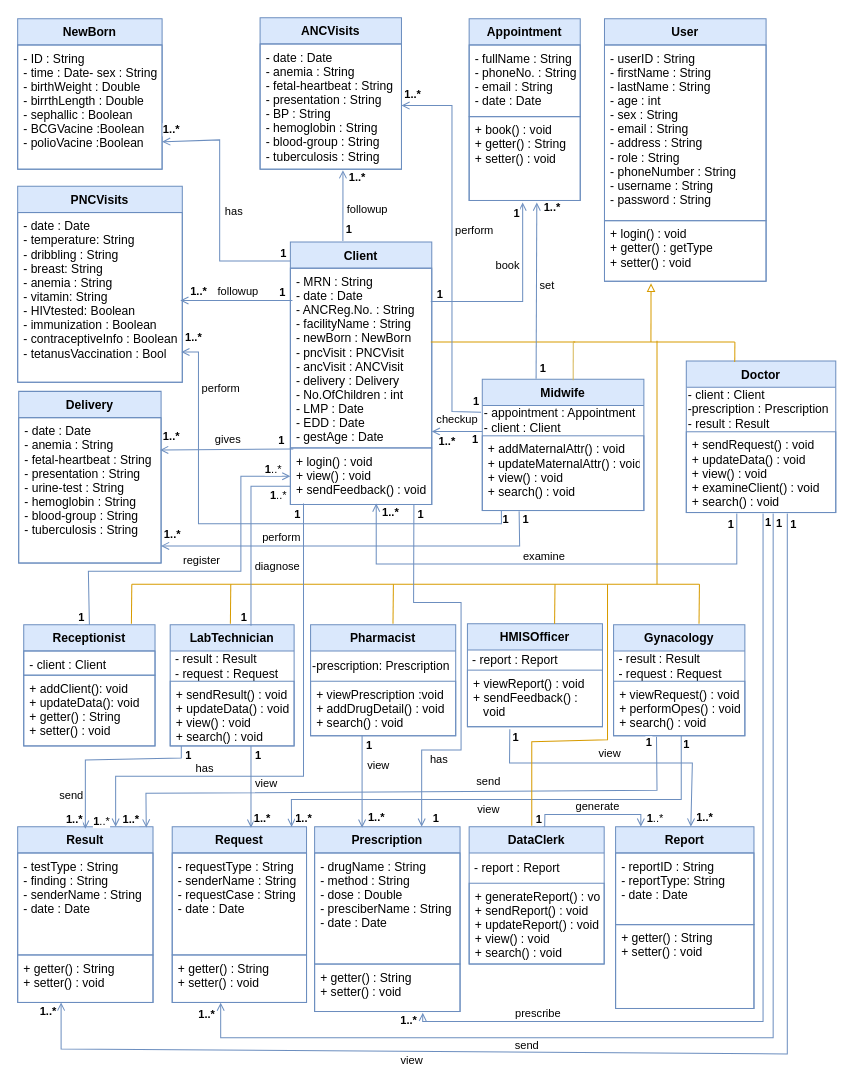
fasil712/UML_Diagram_Design keeps this draw.io diagram as Detailed Class Diagram.drawio. Above is the earlier version. Source tidied: cells renumbered, new cells numbered last; positions are measured from the earlier drawing's top-left corner, leaving out a move shared by most shapes. Both pictures are drawn from the tidied source at 101%, with x=0, y=0 at pixel (17, 17).
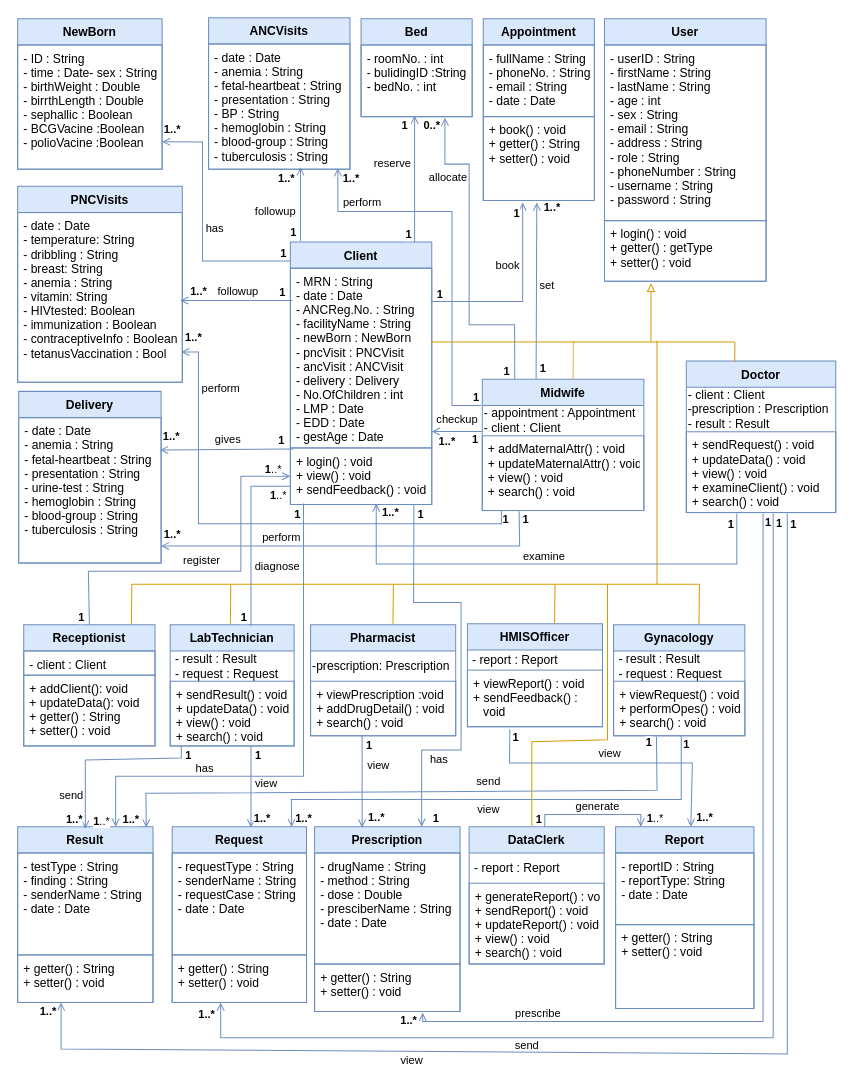
After the change.

Unchanged cells that the change refers to:
```xml
<mxCell id="21" value="- date : Date&#10;- anemia : String&#10;- fetal-heartbeat : String&#10;- presentation : String&#10;- BP : String&#10;- hemoglobin : String&#10;- blood-group : String&#10;- tuberculosis : String" style="text;strokeColor=#6C8EBF;fillColor=none;align=left;verticalAlign=top;spacingLeft=4;spacingRight=4;overflow=hidden;points=[[0,0.5],[1,0.5]];portConstraint=eastwest;strokeWidth=1;spacingTop=0;fontSize=12;" parent="20" vertex="1">
  <mxGeometry y="26" width="140" height="124" as="geometry" />
</mxCell>
<mxCell id="27" value="- ID : String&#10;- time : Date- sex : String&#10;- birthWeight : Double&#10;- birrthLength : Double&#10;- sephallic : Boolean&#10;- BCGVacine :Boolean&#10;- polioVacine :Boolean" style="text;strokeColor=#6C8EBF;fillColor=none;align=left;verticalAlign=top;spacingLeft=4;spacingRight=4;overflow=hidden;points=[[0,0.5],[1,0.5]];portConstraint=eastwest;strokeWidth=1;spacingTop=0;fontSize=12;" parent="26" vertex="1">
  <mxGeometry y="26" width="143" height="123" as="geometry" />
</mxCell>
<mxCell id="28" value="Midwife" style="swimlane;fontStyle=1;align=center;verticalAlign=top;horizontal=1;startSize=26;strokeWidth=1;spacingTop=0;fontSize=12;strokeColor=#6c8ebf;fillColor=#dae8fc;" parent="1" vertex="1">
  <mxGeometry x="460" y="358" width="160" height="130" as="geometry" />
</mxCell>
```

The edit, as a diff of the source:
```diff
@@
     <mxCell id="20" value="ANCVisits" style="swimlane;fontStyle=1;align=center;verticalAlign=top;horizontal=1;startSize=26;strokeWidth=1;spacingTop=0;fontSize=12;strokeColor=#6c8ebf;fillColor=#dae8fc;" parent="1" vertex="1">
-      <mxGeometry x="240" width="140" height="150" as="geometry" />
+      <mxGeometry x="189" width="140" height="150" as="geometry" />
     </mxCell>
@@
-    <mxCell id="34" style="endArrow=open;html=1;rounded=0;strokeWidth=1;entryX=0.586;entryY=1.008;entryDx=0;entryDy=0;fillColor=#dae8fc;strokeColor=#6c8ebf;entryPerimeter=0;endFill=0;" parent="1" edge="1" target="21">
+    <mxCell id="34" style="endArrow=open;html=1;rounded=0;strokeWidth=1;fillColor=#dae8fc;strokeColor=#6c8ebf;endFill=0;" parent="1" edge="1">
       <mxGeometry relative="1" as="geometry">
-        <mxPoint x="322" y="221" as="sourcePoint" />
+        <mxPoint x="280" y="221" as="sourcePoint" />
+        <mxPoint x="280" y="148" as="targetPoint" />
       </mxGeometry>
     </mxCell>
     <mxCell id="35" value="followup" style="edgeLabel;html=1;align=center;verticalAlign=middle;" parent="34" vertex="1">
       <mxGeometry x="0.43" y="-2" relative="1" as="geometry">
-        <mxPoint x="21" y="18" as="offset" />
+        <mxPoint x="-28" y="22" as="offset" />
       </mxGeometry>
     </mxCell>
     <mxCell id="36" value="&lt;b&gt;1&lt;/b&gt;" style="edgeLabel;html=1;align=center;verticalAlign=middle;" parent="34" vertex="1">
       <mxGeometry x="-0.42" y="-2" relative="1" as="geometry">
-        <mxPoint x="3" y="8" as="offset" />
+        <mxPoint x="-10" y="12" as="offset" />
       </mxGeometry>
     </mxCell>
     <mxCell id="37" value="&lt;font style=&quot;font-size: 11px;&quot;&gt;&lt;b&gt;1..*&lt;/b&gt;&lt;/font&gt;" style="edgeLabel;html=1;align=center;verticalAlign=middle;" parent="34" vertex="1">
       <mxGeometry x="0.58" y="-3" relative="1" as="geometry">
-        <mxPoint x="10" y="-9" as="offset" />
+        <mxPoint x="-18" y="-5" as="offset" />
       </mxGeometry>
     </mxCell>
-    <mxCell id="38" style="endArrow=open;html=1;rounded=0;strokeWidth=1;entryX=1;entryY=0.78;entryDx=0;entryDy=0;entryPerimeter=0;fillColor=#dae8fc;strokeColor=#6c8ebf;startArrow=none;startFill=0;endFill=0;" parent="1" edge="1" target="27">
+    <mxCell id="38" style="endArrow=open;html=1;rounded=0;strokeWidth=1;entryX=1;entryY=0.78;entryDx=0;entryDy=0;entryPerimeter=0;fillColor=#dae8fc;strokeColor=#6c8ebf;startArrow=none;startFill=0;endFill=0;" parent="1" edge="1">
       <mxGeometry relative="1" as="geometry">
         <mxPoint x="270" y="241" as="sourcePoint" />
+        <mxPoint x="143" y="122.9" as="targetPoint" />
         <Array as="points">
-          <mxPoint x="200" y="241" />
-          <mxPoint x="200" y="121" />
+          <mxPoint x="183" y="241" />
+          <mxPoint x="183" y="123" />
         </Array>
       </mxGeometry>
     </mxCell>
     <mxCell id="39" value="has" style="edgeLabel;html=1;align=center;verticalAlign=middle;" parent="38" vertex="1">
       <mxGeometry x="0.43" y="-2" relative="1" as="geometry">
-        <mxPoint x="11" y="57" as="offset" />
+        <mxPoint x="9" y="55" as="offset" />
       </mxGeometry>
     </mxCell>
@@
     <mxCell id="56" value="Appointment" style="swimlane;fontStyle=1;align=center;verticalAlign=top;horizontal=1;startSize=26;strokeWidth=1;spacingTop=0;fontSize=12;strokeColor=#6c8ebf;fillColor=#dae8fc;" parent="1" vertex="1">
-      <mxGeometry x="447" y="1" width="110" height="180" as="geometry" />
+      <mxGeometry x="461" y="1" width="110" height="180" as="geometry" />
     </mxCell>
@@
-    <mxCell id="151" style="endArrow=open;html=1;rounded=0;strokeWidth=1;entryX=1;entryY=0.5;entryDx=0;entryDy=0;exitX=-0.007;exitY=0.154;exitDx=0;exitDy=0;fillColor=#dae8fc;strokeColor=#6c8ebf;exitPerimeter=0;endFill=0;" parent="1" edge="1">
+    <mxCell id="151" style="endArrow=open;html=1;rounded=0;strokeWidth=1;fillColor=#dae8fc;strokeColor=#6c8ebf;endFill=0;" parent="1" edge="1">
       <mxGeometry relative="1" as="geometry">
-        <mxPoint x="458.8" y="390.6" as="sourcePoint" />
-        <mxPoint x="380" y="87" as="targetPoint" />
+        <mxPoint x="459" y="384" as="sourcePoint" />
+        <mxPoint x="317" y="149" as="targetPoint" />
         <Array as="points">
-          <mxPoint x="430" y="390" />
-          <mxPoint x="430" y="87" />
+          <mxPoint x="430" y="384" />
+          <mxPoint x="430" y="192" />
+          <mxPoint x="353" y="192" />
+          <mxPoint x="317" y="192" />
         </Array>
       </mxGeometry>
     </mxCell>
     <mxCell id="152" value="perform" style="edgeLabel;html=1;align=center;verticalAlign=middle;" parent="151" vertex="1">
       <mxGeometry x="0.43" y="-2" relative="1" as="geometry">
-        <mxPoint x="19" y="65" as="offset" />
+        <mxPoint x="-41" y="-8" as="offset" />
       </mxGeometry>
     </mxCell>
@@
     <mxCell id="154" value="&lt;b&gt;1..*&lt;/b&gt;" style="edgeLabel;html=1;align=center;verticalAlign=middle;fontSize=11;" parent="151" vertex="1">
       <mxGeometry x="0.86" y="-8" relative="1" as="geometry">
-        <mxPoint x="-16" y="-4" as="offset" />
+        <mxPoint x="4" y="-17" as="offset" />
       </mxGeometry>
     </mxCell>
@@
+    <mxCell id="168" value="Bed" style="swimlane;fontStyle=1;align=center;verticalAlign=top;horizontal=1;startSize=26;strokeWidth=1;spacingTop=0;fontSize=12;strokeColor=#6c8ebf;fillColor=#dae8fc;" parent="1" vertex="1">
+      <mxGeometry x="340" y="1" width="110" height="97" as="geometry" />
+    </mxCell>
+    <mxCell id="169" value="- roomNo. : int&#10;- bulidingID :String&#10;- bedNo. : int" style="text;strokeColor=#6C8EBF;fillColor=none;align=left;verticalAlign=top;spacingLeft=4;spacingRight=4;overflow=hidden;points=[[0,0.5],[1,0.5]];portConstraint=eastwest;strokeWidth=1;spacingTop=0;fontSize=12;" parent="168" vertex="1">
+      <mxGeometry y="26" width="110" height="71" as="geometry" />
+    </mxCell>
+    <mxCell id="170" style="endArrow=open;html=1;rounded=0;strokeWidth=1;fillColor=#dae8fc;strokeColor=#6c8ebf;endFill=0;entryX=0.755;entryY=1.014;entryDx=0;entryDy=0;entryPerimeter=0;exitX=0.201;exitY=0;exitDx=0;exitDy=0;exitPerimeter=0;" parent="1" edge="1" source="28" target="169">
+      <mxGeometry relative="1" as="geometry">
+        <Array as="points">
+          <mxPoint x="492" y="304" />
+          <mxPoint x="447" y="304" />
+          <mxPoint x="447" y="145" />
+          <mxPoint x="423" y="145" />
+        </Array>
+      </mxGeometry>
+    </mxCell>
+    <mxCell id="171" value="allocate" style="edgeLabel;html=1;align=center;verticalAlign=middle;" parent="170" vertex="1">
+      <mxGeometry x="0.43" y="-2" relative="1" as="geometry">
+        <mxPoint x="-24" y="-11" as="offset" />
+      </mxGeometry>
+    </mxCell>
+    <mxCell id="172" value="&lt;b&gt;1&lt;/b&gt;" style="edgeLabel;html=1;align=center;verticalAlign=middle;" parent="170" vertex="1">
+      <mxGeometry x="-0.42" y="-2" relative="1" as="geometry">
+        <mxPoint x="32" y="47" as="offset" />
+      </mxGeometry>
+    </mxCell>
+    <mxCell id="173" value="&lt;font style=&quot;font-size: 11px;&quot;&gt;&lt;b&gt;0..*&lt;/b&gt;&lt;/font&gt;" style="edgeLabel;html=1;align=center;verticalAlign=middle;" parent="170" vertex="1">
+      <mxGeometry x="0.58" y="-3" relative="1" as="geometry">
+        <mxPoint x="-37" y="-36" as="offset" />
+      </mxGeometry>
+    </mxCell>
+    <mxCell id="174" style="endArrow=open;html=1;rounded=0;strokeWidth=1;fillColor=#dae8fc;strokeColor=#6c8ebf;endFill=0;exitX=0.75;exitY=0;exitDx=0;exitDy=0;" parent="1" edge="1">
+      <mxGeometry relative="1" as="geometry">
+        <mxPoint x="393" y="222" as="sourcePoint" />
+        <mxPoint x="393" y="97" as="targetPoint" />
+      </mxGeometry>
+    </mxCell>
+    <mxCell id="175" value="reserve" style="edgeLabel;html=1;align=center;verticalAlign=middle;" parent="174" vertex="1">
+      <mxGeometry x="0.43" y="-2" relative="1" as="geometry">
+        <mxPoint x="-25" y="10" as="offset" />
+      </mxGeometry>
+    </mxCell>
+    <mxCell id="176" value="&lt;b&gt;1&lt;/b&gt;" style="edgeLabel;html=1;align=center;verticalAlign=middle;" parent="174" vertex="1">
+      <mxGeometry x="-0.42" y="-2" relative="1" as="geometry">
+        <mxPoint x="-9" y="28" as="offset" />
+      </mxGeometry>
+    </mxCell>
+    <mxCell id="177" value="&lt;font style=&quot;font-size: 11px;&quot;&gt;&lt;b&gt;1&lt;/b&gt;&lt;/font&gt;" style="edgeLabel;html=1;align=center;verticalAlign=middle;" parent="174" vertex="1">
+      <mxGeometry x="0.58" y="-3" relative="1" as="geometry">
+        <mxPoint x="-14" y="-17" as="offset" />
+      </mxGeometry>
+    </mxCell>
```
